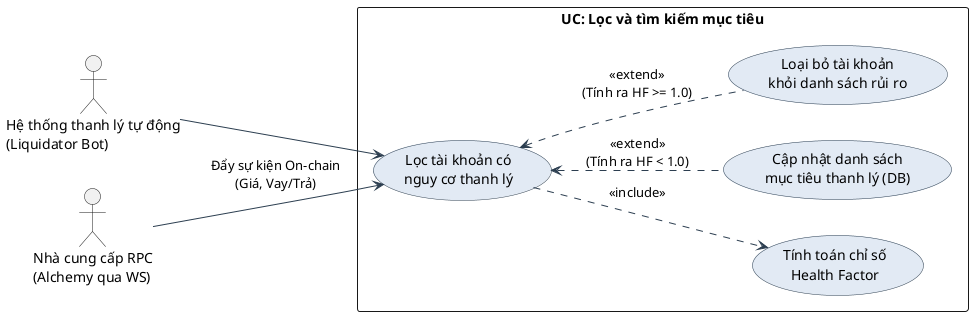
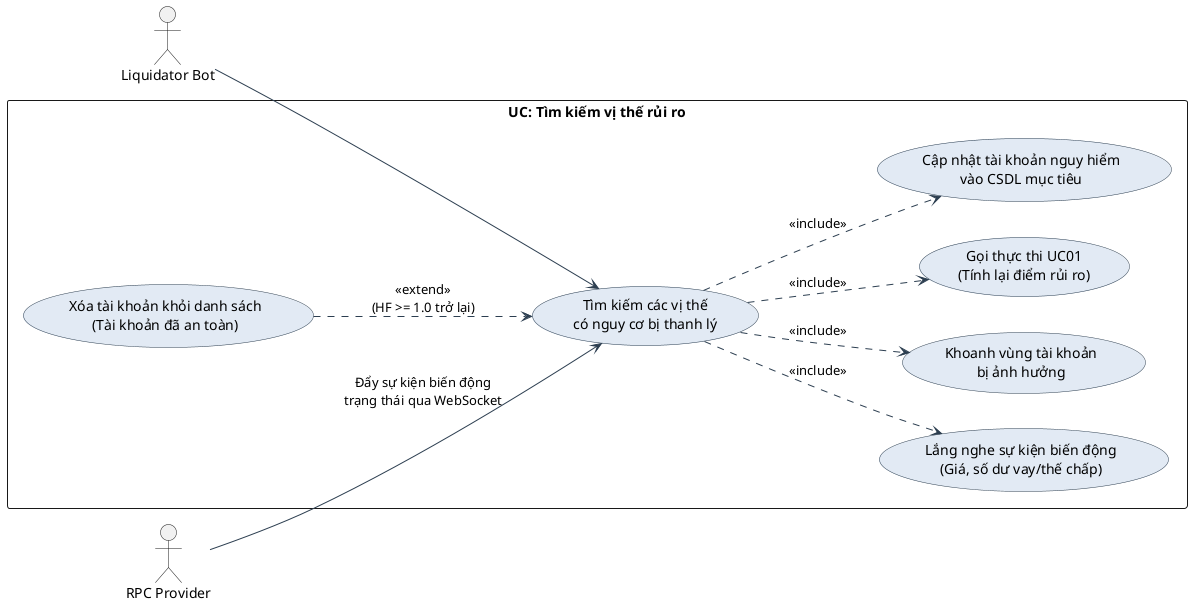
@startuml
skinparam packageStyle rectangle
skinparam backgroundColor #FFFFFF
skinparam usecase {
    BackgroundColor #E2EAF4
    BorderColor #2C3E50
    ArrowColor #2C3E50
    FontName Arial
}

left to right direction

- actor "Hệ thống thanh lý tự động\n(Liquidator Bot)" as Bot
- actor "Nhà cung cấp RPC\n(Alchemy qua WS)" as RPC
+ actor "Liquidator Bot" as Bot
+ actor "RPC Provider" as RPC

- rectangle "UC: Lọc và tìm kiếm mục tiêu" {
+ rectangle "UC: Tìm kiếm vị thế rủi ro" {

-     usecase "Lọc tài khoản có\nnguy cơ thanh lý" as UC02
-     usecase "Tính toán chỉ số\nHealth Factor" as UC01
+     usecase "Tìm kiếm các vị thế\ncó nguy cơ bị thanh lý" as UC02

-     usecase "Cập nhật danh sách\nmục tiêu thanh lý (DB)" as Ext1
-     usecase "Loại bỏ tài khoản\nkhỏi danh sách rủi ro" as Ext2
+     usecase "Lắng nghe sự kiện biến động\n(Giá, số dư vay/thế chấp)" as Sub1
+     usecase "Khoanh vùng tài khoản\nbị ảnh hưởng" as Sub2
+     usecase "Gọi thực thi UC01\n(Tính lại điểm rủi ro)" as Sub3
+     usecase "Cập nhật tài khoản nguy hiểm\nvào CSDL mục tiêu" as Sub4
+ 
+     usecase "Xóa tài khoản khỏi danh sách\n(Tài khoản đã an toàn)" as Ext1
}

Bot --> UC02
+ RPC --> UC02 : "Đẩy sự kiện biến động\ntrạng thái qua WebSocket"

- ' Sự kiện WebSockets được đẩy từ Alchemy về con Bot
- RPC --> UC02 : "Đẩy sự kiện On-chain\n(Giá, Vay/Trả)"
+ ' Các luồng sự kiện chính
+ UC02 ..> Sub1 : <<include>>
+ UC02 ..> Sub2 : <<include>>
+ UC02 ..> Sub3 : <<include>>
+ UC02 ..> Sub4 : <<include>>

- ' Nghiệp vụ bắt buộc: Tính toán lại HF cho tài khoản bị ảnh hưởng
- UC02 ..> UC01 : <<include>>
- 
- ' Mở rộng kết quả tùy toán học
- Ext1 .up.> UC02 : <<extend>>\n(Tính ra HF < 1.0)
- Ext2 .up.> UC02 : <<extend>>\n(Tính ra HF >= 1.0)
+ ' Các luồng ngoại lệ / thay thế
+ Ext1 .down.> UC02 : <<extend>>\n(HF >= 1.0 trở lại)

@enduml
